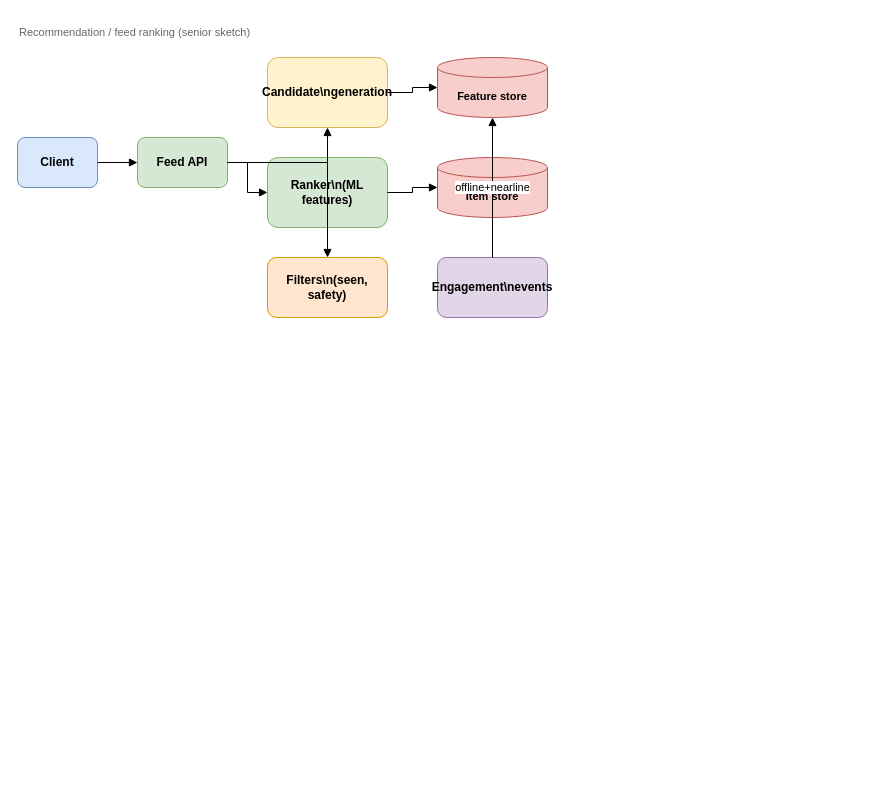
The draw.io diagram diagrams/recommendation-feed.drawio in yazeedsawalha/system-design, before the edit. Source tidied: cells renumbered, new cells numbered last; positions are measured from the earlier drawing's top-left corner, leaving out a move shared by most shapes. Both pictures are drawn from the tidied source at 100%, with x=0, y=0 at pixel (17, 17).
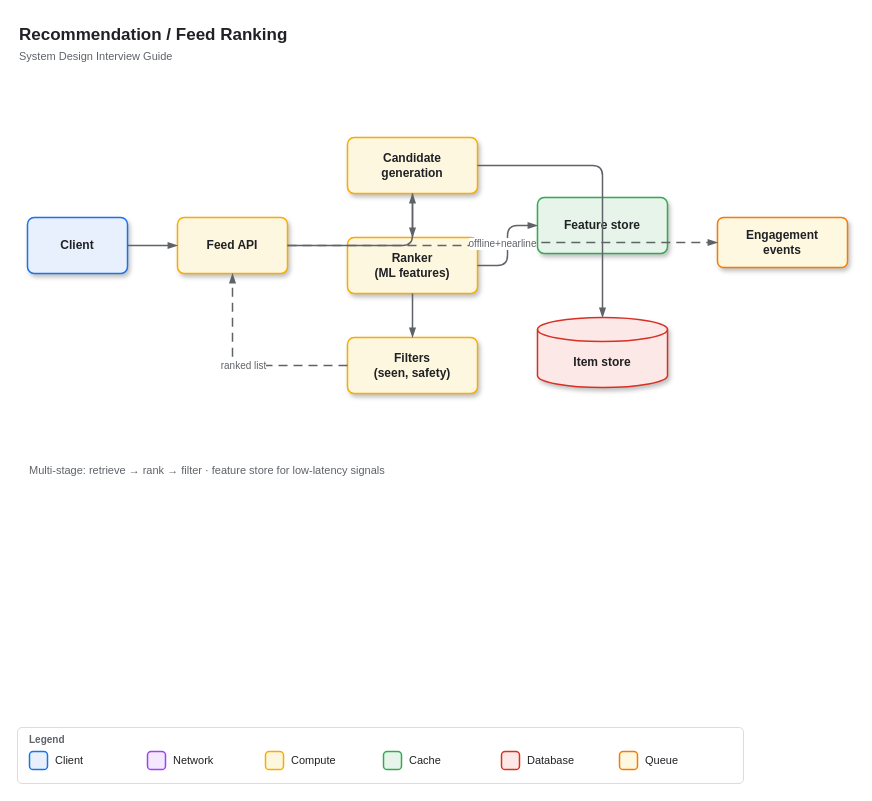
The same page after the edit.

Change to the diagram source:
```diff
@@
-<mxGraphModel>
+<mxGraphModel background="#ffffff">
@@
-    <mxCell id="2" value="Recommendation / feed ranking (senior sketch)" style="text;html=1;strokeColor=none;fillColor=none;align=left;verticalAlign=middle;whiteSpace=wrap;rounded=0;fontSize=11;fontColor=#666666;" parent="1" vertex="1">
-      <mxGeometry width="380" height="30" as="geometry" />
-    </mxCell>
-    <mxCell id="3" value="Client" style="rounded=1;whiteSpace=wrap;html=1;fillColor=#dae8fc;strokeColor=#6c8ebf;fontStyle=1;fontSize=12;" parent="1" vertex="1">
-      <mxGeometry y="120" width="80" height="50" as="geometry" />
-    </mxCell>
+    <mxCell id="18" value="Recommendation / Feed Ranking" style="text;html=1;strokeColor=none;fillColor=none;align=left;verticalAlign=middle;whiteSpace=wrap;rounded=0;fontSize=17;fontStyle=1;fontFamily=Helvetica;fontColor=#202124;" parent="1" vertex="1">
+      <mxGeometry y="4" width="700" height="28" as="geometry" />
+    </mxCell>
+    <mxCell id="19" value="System Design Interview Guide" style="text;html=1;strokeColor=none;fillColor=none;align=left;verticalAlign=middle;whiteSpace=wrap;rounded=0;fontSize=11;fontFamily=Helvetica;fontColor=#5F6368;" parent="1" vertex="1">
+      <mxGeometry y="30" width="280" height="18" as="geometry" />
+    </mxCell>
+    <mxCell id="20" value="Client" style="rounded=1;whiteSpace=wrap;html=1;arcSize=12;fillColor=#E8F0FE;strokeColor=#1A73E8;strokeWidth=1.5;fontStyle=1;fontSize=12;fontFamily=Helvetica;fontColor=#202124;shadow=1;" parent="1" vertex="1">
+      <mxGeometry x="10" y="200" width="100" height="56" as="geometry" />
+    </mxCell>
-    <mxCell id="4" value="Feed API" style="rounded=1;whiteSpace=wrap;html=1;fillColor=#d5e8d4;strokeColor=#82b366;fontStyle=1;fontSize=12;" parent="1" vertex="1">
-      <mxGeometry x="120" y="120" width="90" height="50" as="geometry" />
+    <mxCell id="4" value="Feed API" style="rounded=1;whiteSpace=wrap;html=1;arcSize=12;fillColor=#FEF7E0;strokeColor=#F9AB00;strokeWidth=1.5;fontStyle=1;fontSize=12;fontFamily=Helvetica;fontColor=#202124;shadow=1;" parent="1" vertex="1">
+      <mxGeometry x="160" y="200" width="110" height="56" as="geometry" />
     </mxCell>
-    <mxCell id="5" value="Candidate\ngeneration" style="rounded=1;whiteSpace=wrap;html=1;fillColor=#fff2cc;strokeColor=#d6b656;fontStyle=1;fontSize=12;" parent="1" vertex="1">
-      <mxGeometry x="250" y="40" width="120" height="70" as="geometry" />
-    </mxCell>
-    <mxCell id="6" value="Ranker\n(ML features)" style="rounded=1;whiteSpace=wrap;html=1;fillColor=#d5e8d4;strokeColor=#82b366;fontStyle=1;fontSize=12;" parent="1" vertex="1">
-      <mxGeometry x="250" y="140" width="120" height="70" as="geometry" />
-    </mxCell>
-    <mxCell id="7" value="Filters\n(seen, safety)" style="rounded=1;whiteSpace=wrap;html=1;fillColor=#ffe6cc;strokeColor=#d79b00;fontStyle=1;fontSize=12;" parent="1" vertex="1">
-      <mxGeometry x="250" y="240" width="120" height="60" as="geometry" />
-    </mxCell>
+    <mxCell id="21" value="Candidate&#10;generation" style="rounded=1;whiteSpace=wrap;html=1;arcSize=12;fillColor=#FEF7E0;strokeColor=#F9AB00;strokeWidth=1.5;fontStyle=1;fontSize=12;fontFamily=Helvetica;fontColor=#202124;shadow=1;" parent="1" vertex="1">
+      <mxGeometry x="330" y="120" width="130" height="56" as="geometry" />
+    </mxCell>
+    <mxCell id="22" value="Ranker&#10;(ML features)" style="rounded=1;whiteSpace=wrap;html=1;arcSize=12;fillColor=#FEF7E0;strokeColor=#F9AB00;strokeWidth=1.5;fontStyle=1;fontSize=12;fontFamily=Helvetica;fontColor=#202124;shadow=1;" parent="1" vertex="1">
+      <mxGeometry x="330" y="220" width="130" height="56" as="geometry" />
+    </mxCell>
+    <mxCell id="23" value="Filters&#10;(seen, safety)" style="rounded=1;whiteSpace=wrap;html=1;arcSize=12;fillColor=#FEF7E0;strokeColor=#F9AB00;strokeWidth=1.5;fontStyle=1;fontSize=12;fontFamily=Helvetica;fontColor=#202124;shadow=1;" parent="1" vertex="1">
+      <mxGeometry x="330" y="320" width="130" height="56" as="geometry" />
+    </mxCell>
-    <mxCell id="8" value="Feature store" style="shape=cylinder3;whiteSpace=wrap;html=1;boundedLbl=1;backgroundOutline=1;size=10;fillColor=#f8cecc;strokeColor=#b85450;fontStyle=1;fontSize=11;" parent="1" vertex="1">
-      <mxGeometry x="420" y="40" width="110" height="60" as="geometry" />
+    <mxCell id="8" value="Feature store" style="rounded=1;whiteSpace=wrap;html=1;arcSize=12;fillColor=#E6F4EA;strokeColor=#34A853;strokeWidth=1.5;fontStyle=1;fontSize=12;fontFamily=Helvetica;fontColor=#202124;shadow=1;" parent="1" vertex="1">
+      <mxGeometry x="520" y="180" width="130" height="56" as="geometry" />
     </mxCell>
-    <mxCell id="9" value="Item store" style="shape=cylinder3;whiteSpace=wrap;html=1;boundedLbl=1;backgroundOutline=1;size=10;fillColor=#f8cecc;strokeColor=#b85450;fontStyle=1;fontSize=11;" parent="1" vertex="1">
-      <mxGeometry x="420" y="140" width="110" height="60" as="geometry" />
+    <mxCell id="9" value="Item store" style="shape=cylinder3;whiteSpace=wrap;html=1;boundedLbl=1;backgroundOutline=1;size=12;fillColor=#FCE8E6;strokeColor=#D93025;strokeWidth=1.5;fontStyle=1;fontSize=12;fontFamily=Helvetica;fontColor=#202124;shadow=1;" parent="1" vertex="1">
+      <mxGeometry x="520" y="300" width="130" height="70" as="geometry" />
     </mxCell>
-    <mxCell id="10" value="Engagement\nevents" style="rounded=1;whiteSpace=wrap;html=1;fillColor=#e1d5e7;strokeColor=#9673a6;fontStyle=1;fontSize=12;" parent="1" vertex="1">
-      <mxGeometry x="420" y="240" width="110" height="60" as="geometry" />
-    </mxCell>
-    <mxCell id="11" style="edgeStyle=orthogonalEdgeStyle;rounded=0;jettySize=auto;html=1;endArrow=block;endFill=1;" parent="1" edge="1" source="3" target="4">
-      <mxGeometry relative="1" as="geometry" />
-    </mxCell>
-    <mxCell id="12" style="edgeStyle=orthogonalEdgeStyle;rounded=0;jettySize=auto;html=1;endArrow=block;endFill=1;" parent="1" edge="1" source="4" target="5">
-      <mxGeometry relative="1" as="geometry" />
-    </mxCell>
-    <mxCell id="13" style="edgeStyle=orthogonalEdgeStyle;rounded=0;jettySize=auto;html=1;endArrow=block;endFill=1;" parent="1" edge="1" source="4" target="6">
-      <mxGeometry relative="1" as="geometry" />
-    </mxCell>
-    <mxCell id="14" style="edgeStyle=orthogonalEdgeStyle;rounded=0;jettySize=auto;html=1;endArrow=block;endFill=1;" parent="1" edge="1" source="4" target="7">
-      <mxGeometry relative="1" as="geometry" />
-    </mxCell>
-    <mxCell id="15" style="edgeStyle=orthogonalEdgeStyle;rounded=0;jettySize=auto;html=1;endArrow=block;endFill=1;" parent="1" edge="1" source="5" target="8">
-      <mxGeometry relative="1" as="geometry" />
-    </mxCell>
-    <mxCell id="16" style="edgeStyle=orthogonalEdgeStyle;rounded=0;jettySize=auto;html=1;endArrow=block;endFill=1;" parent="1" edge="1" source="6" target="9">
-      <mxGeometry relative="1" as="geometry" />
-    </mxCell>
+    <mxCell id="24" value="Engagement&#10;events" style="rounded=1;whiteSpace=wrap;html=1;arcSize=12;fillColor=#FFF8E1;strokeColor=#F57C00;strokeWidth=1.5;fontStyle=1;fontSize=12;fontFamily=Helvetica;fontColor=#202124;shadow=1;" parent="1" vertex="1">
+      <mxGeometry x="700" y="200" width="130" height="50" as="geometry" />
+    </mxCell>
+    <mxCell id="25" style="edgeStyle=orthogonalEdgeStyle;rounded=1;jettySize=auto;html=1;endArrow=blockThin;endFill=1;strokeWidth=1.5;strokeColor=#5F6368;fontFamily=Helvetica;fontSize=10;fontColor=#5F6368;" parent="1" edge="1" source="20" target="4">
+      <mxGeometry relative="1" as="geometry" />
+    </mxCell>
+    <mxCell id="26" style="edgeStyle=orthogonalEdgeStyle;rounded=1;jettySize=auto;html=1;endArrow=blockThin;endFill=1;strokeWidth=1.5;strokeColor=#5F6368;fontFamily=Helvetica;fontSize=10;fontColor=#5F6368;" parent="1" edge="1" source="4" target="21">
+      <mxGeometry relative="1" as="geometry" />
+    </mxCell>
+    <mxCell id="27" style="edgeStyle=orthogonalEdgeStyle;rounded=1;jettySize=auto;html=1;endArrow=blockThin;endFill=1;strokeWidth=1.5;strokeColor=#5F6368;fontFamily=Helvetica;fontSize=10;fontColor=#5F6368;" parent="1" edge="1" source="21" target="22">
+      <mxGeometry relative="1" as="geometry" />
+    </mxCell>
+    <mxCell id="28" style="edgeStyle=orthogonalEdgeStyle;rounded=1;jettySize=auto;html=1;endArrow=blockThin;endFill=1;strokeWidth=1.5;strokeColor=#5F6368;fontFamily=Helvetica;fontSize=10;fontColor=#5F6368;" parent="1" edge="1" source="22" target="23">
+      <mxGeometry relative="1" as="geometry" />
+    </mxCell>
+    <mxCell id="29" value="ranked list" style="edgeStyle=orthogonalEdgeStyle;rounded=1;jettySize=auto;html=1;endArrow=blockThin;endFill=1;strokeWidth=1.5;strokeColor=#5F6368;fontFamily=Helvetica;fontSize=10;fontColor=#5F6368;dashed=1;dashPattern=6 4;" parent="1" edge="1" source="23" target="4">
+      <mxGeometry relative="1" as="geometry" />
+    </mxCell>
+    <mxCell id="30" style="edgeStyle=orthogonalEdgeStyle;rounded=1;jettySize=auto;html=1;endArrow=blockThin;endFill=1;strokeWidth=1.5;strokeColor=#5F6368;fontFamily=Helvetica;fontSize=10;fontColor=#5F6368;" parent="1" edge="1" source="22" target="8">
+      <mxGeometry relative="1" as="geometry" />
+    </mxCell>
+    <mxCell id="31" style="edgeStyle=orthogonalEdgeStyle;rounded=1;jettySize=auto;html=1;endArrow=blockThin;endFill=1;strokeWidth=1.5;strokeColor=#5F6368;fontFamily=Helvetica;fontSize=10;fontColor=#5F6368;" parent="1" edge="1" source="21" target="9">
+      <mxGeometry relative="1" as="geometry" />
+    </mxCell>
-    <mxCell id="17" value="offline+nearline" style="edgeStyle=orthogonalEdgeStyle;rounded=0;jettySize=auto;html=1;endArrow=block;endFill=1;" parent="1" edge="1" source="10" target="8">
+    <mxCell id="17" value="offline+nearline" style="edgeStyle=orthogonalEdgeStyle;rounded=1;jettySize=auto;html=1;endArrow=blockThin;endFill=1;strokeWidth=1.5;strokeColor=#5F6368;fontFamily=Helvetica;fontSize=10;fontColor=#5F6368;dashed=1;dashPattern=6 4;" parent="1" edge="1" source="4" target="24">
       <mxGeometry relative="1" as="geometry" />
     </mxCell>
+    <mxCell id="32" value="Multi-stage: retrieve → rank → filter · feature store for low-latency signals" style="text;html=1;strokeColor=none;fillColor=none;align=left;verticalAlign=top;whiteSpace=wrap;rounded=0;fontSize=11;fontFamily=Helvetica;fontColor=#5F6368;" parent="1" vertex="1">
+      <mxGeometry x="10" y="440" width="560" height="40" as="geometry" />
+    </mxCell>
+    <mxCell id="33" style="rounded=1;whiteSpace=wrap;html=1;arcSize=8;fillColor=#FFFFFF;strokeColor=#DADCE0;strokeWidth=1;shadow=0;" parent="1" vertex="1">
+      <mxGeometry y="710" width="726" height="56" as="geometry" />
+    </mxCell>
+    <mxCell id="34" value="Legend" style="text;html=1;strokeColor=none;fillColor=none;align=left;verticalAlign=middle;fontSize=10;fontStyle=1;fontFamily=Helvetica;fontColor=#5F6368;" parent="1" vertex="1">
+      <mxGeometry x="10" y="714" width="60" height="16" as="geometry" />
+    </mxCell>
+    <mxCell id="35" style="rounded=1;whiteSpace=wrap;html=1;arcSize=20;fillColor=#E8F0FE;strokeColor=#1A73E8;strokeWidth=1.5;" parent="1" vertex="1">
+      <mxGeometry x="12" y="734" width="18" height="18" as="geometry" />
+    </mxCell>
+    <mxCell id="36" value="Client" style="text;html=1;strokeColor=none;fillColor=none;align=left;verticalAlign=middle;fontSize=11;fontFamily=Helvetica;fontColor=#202124;" parent="1" vertex="1">
+      <mxGeometry x="36" y="732" width="90" height="22" as="geometry" />
+    </mxCell>
+    <mxCell id="37" style="rounded=1;whiteSpace=wrap;html=1;arcSize=20;fillColor=#F3E8FD;strokeColor=#A142F4;strokeWidth=1.5;" parent="1" vertex="1">
+      <mxGeometry x="130" y="734" width="18" height="18" as="geometry" />
+    </mxCell>
+    <mxCell id="38" value="Network" style="text;html=1;strokeColor=none;fillColor=none;align=left;verticalAlign=middle;fontSize=11;fontFamily=Helvetica;fontColor=#202124;" parent="1" vertex="1">
+      <mxGeometry x="154" y="732" width="90" height="22" as="geometry" />
+    </mxCell>
+    <mxCell id="39" style="rounded=1;whiteSpace=wrap;html=1;arcSize=20;fillColor=#FEF7E0;strokeColor=#F9AB00;strokeWidth=1.5;" parent="1" vertex="1">
+      <mxGeometry x="248" y="734" width="18" height="18" as="geometry" />
+    </mxCell>
+    <mxCell id="40" value="Compute" style="text;html=1;strokeColor=none;fillColor=none;align=left;verticalAlign=middle;fontSize=11;fontFamily=Helvetica;fontColor=#202124;" parent="1" vertex="1">
+      <mxGeometry x="272" y="732" width="90" height="22" as="geometry" />
+    </mxCell>
+    <mxCell id="41" style="rounded=1;whiteSpace=wrap;html=1;arcSize=20;fillColor=#E6F4EA;strokeColor=#34A853;strokeWidth=1.5;" parent="1" vertex="1">
+      <mxGeometry x="366" y="734" width="18" height="18" as="geometry" />
+    </mxCell>
+    <mxCell id="42" value="Cache" style="text;html=1;strokeColor=none;fillColor=none;align=left;verticalAlign=middle;fontSize=11;fontFamily=Helvetica;fontColor=#202124;" parent="1" vertex="1">
+      <mxGeometry x="390" y="732" width="90" height="22" as="geometry" />
+    </mxCell>
+    <mxCell id="43" style="rounded=1;whiteSpace=wrap;html=1;arcSize=20;fillColor=#FCE8E6;strokeColor=#D93025;strokeWidth=1.5;" parent="1" vertex="1">
+      <mxGeometry x="484" y="734" width="18" height="18" as="geometry" />
+    </mxCell>
+    <mxCell id="44" value="Database" style="text;html=1;strokeColor=none;fillColor=none;align=left;verticalAlign=middle;fontSize=11;fontFamily=Helvetica;fontColor=#202124;" parent="1" vertex="1">
+      <mxGeometry x="508" y="732" width="90" height="22" as="geometry" />
+    </mxCell>
+    <mxCell id="45" style="rounded=1;whiteSpace=wrap;html=1;arcSize=20;fillColor=#FFF8E1;strokeColor=#F57C00;strokeWidth=1.5;" parent="1" vertex="1">
+      <mxGeometry x="602" y="734" width="18" height="18" as="geometry" />
+    </mxCell>
+    <mxCell id="46" value="Queue" style="text;html=1;strokeColor=none;fillColor=none;align=left;verticalAlign=middle;fontSize=11;fontFamily=Helvetica;fontColor=#202124;" parent="1" vertex="1">
+      <mxGeometry x="626" y="732" width="90" height="22" as="geometry" />
+    </mxCell>
```
